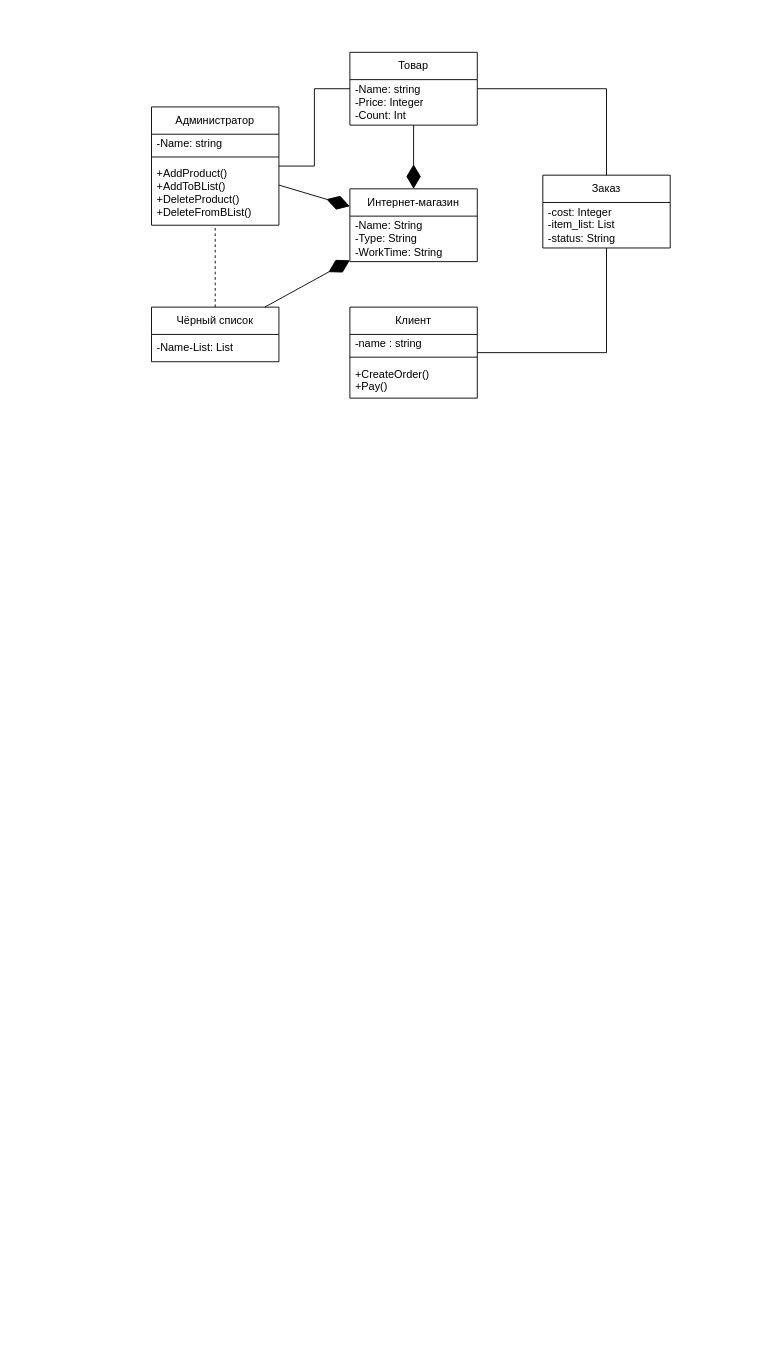
Before: Диаграмма без названия.drawio in Svendell/COURSE_2, a draw.io diagram. Source tidied: cells renumbered, new cells numbered last; positions are measured from the earlier drawing's top-left corner, leaving out a move shared by most shapes. Both pictures are drawn from the tidied source at 91%, with x=0, y=0 at pixel (151, 52).
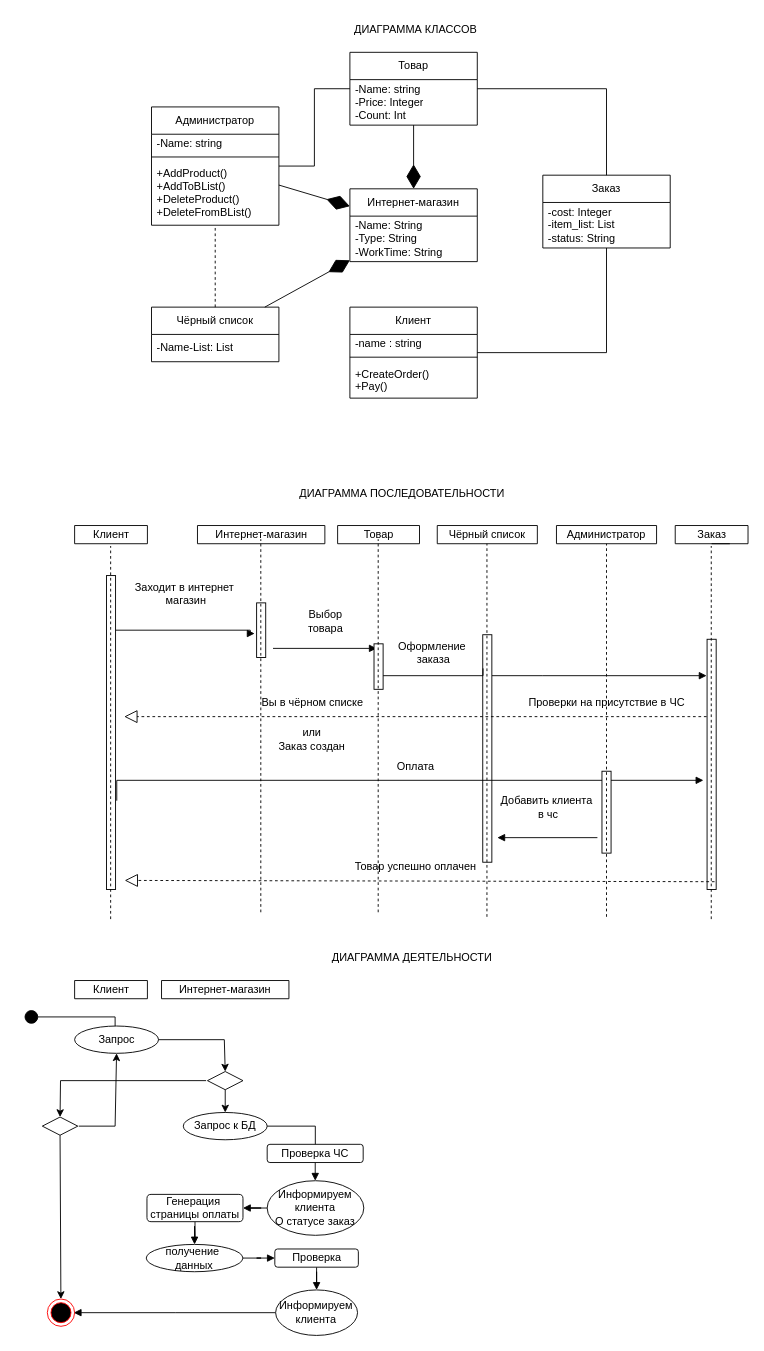
Above is the later version.

What changed in the source:
```diff
@@
+    <mxCell id="25" value="Интернет-магазин" style="swimlane;fontStyle=0;horizontal=1;startSize=30;whiteSpace=wrap;html=1;" parent="1" vertex="1">
+      <mxGeometry x="50.5" y="520" width="140" height="20" as="geometry" />
+    </mxCell>
+    <mxCell id="26" value="Заказ" style="swimlane;fontStyle=0;horizontal=1;startSize=30;whiteSpace=wrap;html=1;" parent="1" vertex="1">
+      <mxGeometry x="575.5" y="520" width="80" height="20" as="geometry" />
+    </mxCell>
+    <mxCell id="27" value="Товар" style="swimlane;fontStyle=0;horizontal=1;startSize=30;whiteSpace=wrap;html=1;" parent="1" vertex="1">
+      <mxGeometry x="204.5" y="520" width="90" height="20" as="geometry" />
+    </mxCell>
+    <mxCell id="28" value="Клиент" style="swimlane;fontStyle=0;horizontal=1;startSize=30;whiteSpace=wrap;html=1;" parent="1" vertex="1">
+      <mxGeometry x="-84.5" y="520" width="80" height="20" as="geometry" />
+    </mxCell>
+    <mxCell id="29" value="Чёрный список" style="swimlane;fontStyle=0;horizontal=1;startSize=30;whiteSpace=wrap;html=1;" parent="1" vertex="1">
+      <mxGeometry x="314" y="520" width="110" height="20" as="geometry" />
+    </mxCell>
+    <mxCell id="30" value="Администратор" style="swimlane;fontStyle=0;horizontal=1;startSize=30;whiteSpace=wrap;html=1;" parent="1" vertex="1">
+      <mxGeometry x="445" y="520" width="110" height="20" as="geometry" />
+    </mxCell>
+    <mxCell id="31" style="html=1;points=[];perimeter=orthogonalPerimeter;" parent="1" vertex="1">
+      <mxGeometry x="-49.5" y="575" width="10" height="345" as="geometry" />
+    </mxCell>
+    <mxCell id="32" style="endArrow=block;endFill=1;html=1;edgeStyle=orthogonalEdgeStyle;align=left;verticalAlign=top;rounded=0;entryX=-0.217;entryY=0.562;entryDx=0;entryDy=0;entryPerimeter=0;" parent="1" edge="1" target="33">
+      <mxGeometry x="-0.62" y="-10" relative="1" as="geometry">
+        <mxPoint x="-39.5" y="635" as="sourcePoint" />
+        <Array as="points">
+          <mxPoint x="108.5" y="635" />
+        </Array>
+      </mxGeometry>
+    </mxCell>
+    <mxCell id="33" style="html=1;points=[];perimeter=orthogonalPerimeter;" parent="1" vertex="1">
+      <mxGeometry x="115.5" y="605" width="10" height="60" as="geometry" />
+    </mxCell>
+    <mxCell id="34" value="Заходит в интернет&lt;br&gt;&amp;nbsp;магазин&lt;br&gt;" style="text;html=1;align=center;verticalAlign=middle;strokeColor=none;fillColor=none;" parent="1" vertex="1">
+      <mxGeometry x="-29.5" y="575" width="130" height="40" as="geometry" />
+    </mxCell>
+    <mxCell id="35" style="endArrow=block;endFill=1;html=1;edgeStyle=orthogonalEdgeStyle;align=left;verticalAlign=top;rounded=0;" parent="1" edge="1">
+      <mxGeometry x="-1" relative="1" as="geometry">
+        <mxPoint x="133.5" y="655" as="sourcePoint" />
+        <mxPoint x="247.5" y="655" as="targetPoint" />
+      </mxGeometry>
+    </mxCell>
+    <mxCell id="36" style="html=1;perimeter=orthogonalPerimeter;" parent="1" vertex="1">
+      <mxGeometry x="244.5" y="650" width="10" height="50" as="geometry" />
+    </mxCell>
+    <mxCell id="37" value="Оформление&lt;br&gt;&amp;nbsp;заказа" style="text;html=1;align=center;verticalAlign=middle;strokeColor=none;fillColor=none;" parent="1" vertex="1">
+      <mxGeometry x="258" y="640" width="100" height="40" as="geometry" />
+    </mxCell>
+    <mxCell id="38" style="endArrow=block;endFill=1;html=1;edgeStyle=orthogonalEdgeStyle;align=left;verticalAlign=top;rounded=0;startArrow=none;" parent="1" edge="1" source="42">
+      <mxGeometry x="-1" relative="1" as="geometry">
+        <mxPoint x="610" y="685" as="targetPoint" />
+        <Array as="points">
+          <mxPoint x="430" y="685" />
+          <mxPoint x="430" y="685" />
+        </Array>
+      </mxGeometry>
+    </mxCell>
+    <mxCell id="39" style="html=1;perimeter=orthogonalPerimeter;" parent="1" vertex="1">
+      <mxGeometry x="610.5" y="645" width="10" height="275" as="geometry" />
+    </mxCell>
+    <mxCell id="40" value="Выбор &lt;br&gt;товара" style="text;html=1;align=center;verticalAlign=middle;strokeColor=none;fillColor=none;" parent="1" vertex="1">
+      <mxGeometry x="160.5" y="605" width="60" height="40" as="geometry" />
+    </mxCell>
+    <mxCell id="41" style="edgeStyle=orthogonalEdgeStyle;rounded=0;orthogonalLoop=1;jettySize=auto;html=1;exitX=0.75;exitY=1;exitDx=0;exitDy=0;entryX=0.5;entryY=1;entryDx=0;entryDy=0;endArrow=none;endFill=0;" parent="1" edge="1" source="26" target="26">
+      <mxGeometry relative="1" as="geometry" />
+    </mxCell>
+    <mxCell id="42" style="html=1;points=[];perimeter=orthogonalPerimeter;" parent="1" vertex="1">
+      <mxGeometry x="364" y="640" width="10" height="250" as="geometry" />
+    </mxCell>
+    <mxCell id="43" style="endArrow=none;endFill=1;html=1;edgeStyle=orthogonalEdgeStyle;align=left;verticalAlign=top;rounded=0;entryX=0.033;entryY=0.148;entryDx=0;entryDy=0;entryPerimeter=0;" parent="1" edge="1" target="42">
+      <mxGeometry x="-1" relative="1" as="geometry">
+        <mxPoint x="254.5" y="685" as="sourcePoint" />
+        <Array as="points">
+          <mxPoint x="364" y="685" />
+        </Array>
+      </mxGeometry>
+    </mxCell>
+    <mxCell id="44" style="endArrow=block;endFill=1;html=1;edgeStyle=orthogonalEdgeStyle;align=left;verticalAlign=top;rounded=0;startArrow=none;exitX=1.133;exitY=0.717;exitDx=0;exitDy=0;exitPerimeter=0;" parent="1" edge="1" source="31">
+      <mxGeometry x="-1" relative="1" as="geometry">
+        <mxPoint x="606.5" y="800" as="targetPoint" />
+        <Array as="points">
+          <mxPoint x="-38" y="800" />
+        </Array>
+      </mxGeometry>
+    </mxCell>
+    <mxCell id="45" style="endArrow=block;dashed=1;endFill=0;endSize=12;html=1;rounded=0;" parent="1" edge="1">
+      <mxGeometry relative="1" as="geometry">
+        <mxPoint x="610" y="730" as="sourcePoint" />
+        <mxPoint x="-30" y="730" as="targetPoint" />
+      </mxGeometry>
+    </mxCell>
+    <mxCell id="46" value="&amp;nbsp;Вы в чёрном списке" style="text;html=1;align=center;verticalAlign=middle;strokeColor=none;fillColor=none;" parent="1" vertex="1">
+      <mxGeometry x="104.5" y="700" width="140" height="30" as="geometry" />
+    </mxCell>
+    <mxCell id="47" value="Проверки на присутствие в ЧС&lt;br&gt;" style="text;html=1;align=center;verticalAlign=middle;strokeColor=none;fillColor=none;" parent="1" vertex="1">
+      <mxGeometry x="400" y="700" width="200" height="30" as="geometry" />
+    </mxCell>
+    <mxCell id="48" value="или&lt;br&gt;Заказ создан" style="text;html=1;align=center;verticalAlign=middle;strokeColor=none;fillColor=none;" parent="1" vertex="1">
+      <mxGeometry x="125.5" y="735" width="100" height="40" as="geometry" />
+    </mxCell>
+    <mxCell id="49" value="Оплата" style="text;html=1;align=center;verticalAlign=middle;strokeColor=none;fillColor=none;" parent="1" vertex="1">
+      <mxGeometry x="260" y="770" width="60" height="30" as="geometry" />
+    </mxCell>
+    <mxCell id="50" style="html=1;perimeter=orthogonalPerimeter;" parent="1" vertex="1">
+      <mxGeometry x="495" y="790" width="10" height="90" as="geometry" />
+    </mxCell>
+    <mxCell id="51" value="Добавить клиента&lt;br&gt;&amp;nbsp;в чс" style="text;html=1;align=center;verticalAlign=middle;strokeColor=none;fillColor=none;" parent="1" vertex="1">
+      <mxGeometry x="374" y="810" width="120" height="40" as="geometry" />
+    </mxCell>
+    <mxCell id="52" style="html=1;verticalAlign=bottom;endArrow=block;rounded=0;" parent="1" edge="1">
+      <mxGeometry relative="1" as="geometry">
+        <mxPoint x="490" y="863" as="sourcePoint" />
+        <mxPoint x="380" y="863" as="targetPoint" />
+      </mxGeometry>
+    </mxCell>
+    <mxCell id="53" style="endArrow=block;dashed=1;endFill=0;endSize=12;html=1;rounded=0;entryX=1.133;entryY=0.48;entryDx=0;entryDy=0;entryPerimeter=0;" parent="1" edge="1">
+      <mxGeometry relative="1" as="geometry">
+        <mxPoint x="618.7" y="911.4" as="sourcePoint" />
+        <mxPoint x="-29.5" y="910" as="targetPoint" />
+      </mxGeometry>
+    </mxCell>
+    <mxCell id="54" value="Товар успешно оплачен" style="text;html=1;align=center;verticalAlign=middle;strokeColor=none;fillColor=none;" parent="1" vertex="1">
+      <mxGeometry x="210" y="880" width="160" height="30" as="geometry" />
+    </mxCell>
+    <mxCell id="55" style="endArrow=none;dashed=1;html=1;rounded=0;" parent="1" edge="1" target="30">
+      <mxGeometry relative="1" as="geometry">
+        <mxPoint x="500" y="950" as="sourcePoint" />
+      </mxGeometry>
+    </mxCell>
+    <mxCell id="56" style="endArrow=none;dashed=1;html=1;rounded=0;" parent="1" edge="1">
+      <mxGeometry relative="1" as="geometry">
+        <mxPoint x="615.1" y="952.5" as="sourcePoint" />
+        <mxPoint x="615.1" y="542.5" as="targetPoint" />
+      </mxGeometry>
+    </mxCell>
+    <mxCell id="57" style="endArrow=none;dashed=1;html=1;rounded=0;" parent="1" edge="1">
+      <mxGeometry relative="1" as="geometry">
+        <mxPoint x="368.6" y="950" as="sourcePoint" />
+        <mxPoint x="368.6" y="540" as="targetPoint" />
+      </mxGeometry>
+    </mxCell>
+    <mxCell id="58" style="endArrow=none;dashed=1;html=1;rounded=0;" parent="1" edge="1">
+      <mxGeometry relative="1" as="geometry">
+        <mxPoint x="249.1" y="945" as="sourcePoint" />
+        <mxPoint x="249.1" y="535" as="targetPoint" />
+      </mxGeometry>
+    </mxCell>
+    <mxCell id="59" style="endArrow=none;dashed=1;html=1;rounded=0;" parent="1" edge="1">
+      <mxGeometry relative="1" as="geometry">
+        <mxPoint x="120.1" y="945" as="sourcePoint" />
+        <mxPoint x="120.1" y="535" as="targetPoint" />
+      </mxGeometry>
+    </mxCell>
+    <mxCell id="60" style="endArrow=none;dashed=1;html=1;rounded=0;" parent="1" edge="1">
+      <mxGeometry relative="1" as="geometry">
+        <mxPoint x="-44.9" y="952.5" as="sourcePoint" />
+        <mxPoint x="-44.9" y="542.5" as="targetPoint" />
+      </mxGeometry>
+    </mxCell>
+    <mxCell id="61" value="ДИАГРАММА ПОСЛЕДОВАТЕЛЬНОСТИ" style="text;html=1;align=center;verticalAlign=middle;strokeColor=none;fillColor=none;" parent="1" vertex="1">
+      <mxGeometry x="150" y="470" width="250" height="30" as="geometry" />
+    </mxCell>
+    <mxCell id="62" value="ДИАГРАММА КЛАССОВ" style="text;html=1;align=center;verticalAlign=middle;strokeColor=none;fillColor=none;" parent="1" vertex="1">
+      <mxGeometry x="210" y="-40" width="160" height="30" as="geometry" />
+    </mxCell>
+    <mxCell id="63" value="ДИАГРАММА ДЕЯТЕЛЬНОСТИ" style="text;html=1;align=center;verticalAlign=middle;strokeColor=none;fillColor=none;" parent="1" vertex="1">
+      <mxGeometry x="185.5" y="980" width="200" height="30" as="geometry" />
+    </mxCell>
+    <mxCell id="64" value="Клиент" style="swimlane;fontStyle=0;horizontal=1;startSize=30;whiteSpace=wrap;html=1;" parent="1" vertex="1">
+      <mxGeometry x="-84.5" y="1020" width="80" height="20" as="geometry" />
+    </mxCell>
+    <mxCell id="65" style="html=1;verticalAlign=bottom;startArrow=circle;startFill=1;endArrow=open;startSize=6;endSize=8;rounded=0;" parent="1" edge="1">
+      <mxGeometry relative="1" as="geometry">
+        <mxPoint x="-140" y="1060" as="sourcePoint" />
+        <mxPoint x="-40" y="1100" as="targetPoint" />
+        <Array as="points">
+          <mxPoint x="-40" y="1060" />
+        </Array>
+      </mxGeometry>
+    </mxCell>
+    <mxCell id="66" value="Интернет-магазин" style="swimlane;fontStyle=0;horizontal=1;startSize=30;whiteSpace=wrap;html=1;" parent="1" vertex="1">
+      <mxGeometry x="11" y="1020" width="140" height="20" as="geometry" />
+    </mxCell>
+    <mxCell id="67" value="Запрос" style="ellipse;whiteSpace=wrap;html=1;" parent="1" vertex="1">
+      <mxGeometry x="-84.5" y="1070" width="92.2" height="30" as="geometry" />
+    </mxCell>
+    <mxCell id="68" style="rhombus;whiteSpace=wrap;html=1;" parent="1" vertex="1">
+      <mxGeometry x="61.5" y="1120" width="39" height="20" as="geometry" />
+    </mxCell>
+    <mxCell id="69" style="endArrow=classic;html=1;rounded=0;exitX=1;exitY=0.5;exitDx=0;exitDy=0;entryX=0.5;entryY=0;entryDx=0;entryDy=0;" parent="1" edge="1" source="67" target="68">
+      <mxGeometry relative="1" as="geometry">
+        <Array as="points">
+          <mxPoint x="80" y="1085" />
+        </Array>
+      </mxGeometry>
+    </mxCell>
+    <mxCell id="70" style="rhombus;whiteSpace=wrap;html=1;" parent="1" vertex="1">
+      <mxGeometry x="-120" y="1170" width="39" height="20" as="geometry" />
+    </mxCell>
+    <mxCell id="71" value="Запрос к БД" style="ellipse;whiteSpace=wrap;html=1;" parent="1" vertex="1">
+      <mxGeometry x="34.9" y="1165" width="92.2" height="30" as="geometry" />
+    </mxCell>
+    <mxCell id="72" style="endArrow=classic;html=1;rounded=0;entryX=0.5;entryY=0;entryDx=0;entryDy=0;" parent="1" edge="1" target="70">
+      <mxGeometry relative="1" as="geometry">
+        <mxPoint x="60" y="1130" as="sourcePoint" />
+        <Array as="points">
+          <mxPoint x="-100" y="1130" />
+        </Array>
+      </mxGeometry>
+    </mxCell>
+    <mxCell id="73" style="endArrow=classic;html=1;rounded=0;entryX=0.5;entryY=1;entryDx=0;entryDy=0;" parent="1" edge="1" target="67">
+      <mxGeometry relative="1" as="geometry">
+        <mxPoint x="-80" y="1180" as="sourcePoint" />
+        <Array as="points">
+          <mxPoint x="-40" y="1180" />
+        </Array>
+      </mxGeometry>
+    </mxCell>
+    <mxCell id="74" style="endArrow=classic;html=1;rounded=0;exitX=0.5;exitY=1;exitDx=0;exitDy=0;" parent="1" edge="1" source="70" target="89">
+      <mxGeometry relative="1" as="geometry" />
+    </mxCell>
+    <mxCell id="75" style="endArrow=classic;html=1;rounded=0;exitX=0.5;exitY=1;exitDx=0;exitDy=0;" parent="1" edge="1" source="68" target="71">
+      <mxGeometry relative="1" as="geometry" />
+    </mxCell>
+    <mxCell id="76" style="endArrow=classic;html=1;rounded=0;" parent="1" edge="1" source="71">
+      <mxGeometry relative="1" as="geometry">
+        <mxPoint x="180" y="1220" as="targetPoint" />
+        <Array as="points">
+          <mxPoint x="180" y="1180" />
+        </Array>
+      </mxGeometry>
+    </mxCell>
+    <mxCell id="77" style="edgeStyle=orthogonalEdgeStyle;rounded=0;jettySize=auto;html=1;endArrow=block;endFill=1;" parent="1" edge="1" source="78" target="80">
+      <mxGeometry relative="1" as="geometry" />
+    </mxCell>
+    <mxCell id="78" value="Проверка ЧС" style="rounded=1;whiteSpace=wrap;html=1;" parent="1" vertex="1">
+      <mxGeometry x="127.1" y="1200" width="105.5" height="20" as="geometry" />
+    </mxCell>
+    <mxCell id="79" style="edgeStyle=orthogonalEdgeStyle;rounded=0;jettySize=auto;html=1;endArrow=block;endFill=1;" parent="1" edge="1" source="80" target="82">
+      <mxGeometry relative="1" as="geometry" />
+    </mxCell>
+    <mxCell id="80" value="Информируем клиента&lt;br&gt;О статусе заказ" style="ellipse;whiteSpace=wrap;html=1;" parent="1" vertex="1">
+      <mxGeometry x="127.1" y="1240" width="106.2" height="60" as="geometry" />
+    </mxCell>
+    <mxCell id="81" style="edgeStyle=orthogonalEdgeStyle;rounded=0;jettySize=auto;html=1;endArrow=block;endFill=1;" parent="1" edge="1" source="82" target="84">
+      <mxGeometry relative="1" as="geometry" />
+    </mxCell>
+    <mxCell id="82" value="Генерация&amp;nbsp;&lt;br&gt;страницы оплаты" style="rounded=1;whiteSpace=wrap;html=1;" parent="1" vertex="1">
+      <mxGeometry x="-5" y="1255" width="105.5" height="30" as="geometry" />
+    </mxCell>
+    <mxCell id="83" style="edgeStyle=orthogonalEdgeStyle;rounded=0;jettySize=auto;html=1;endArrow=block;endFill=1;" parent="1" edge="1" source="84" target="86">
+      <mxGeometry relative="1" as="geometry" />
+    </mxCell>
+    <mxCell id="84" value="получение&amp;nbsp;&lt;br&gt;данных" style="ellipse;whiteSpace=wrap;html=1;" parent="1" vertex="1">
+      <mxGeometry x="-5.8" y="1310" width="106.2" height="30" as="geometry" />
+    </mxCell>
+    <mxCell id="85" style="edgeStyle=orthogonalEdgeStyle;rounded=0;jettySize=auto;html=1;endArrow=block;endFill=1;" parent="1" edge="1" source="86" target="88">
+      <mxGeometry relative="1" as="geometry" />
+    </mxCell>
+    <mxCell id="86" value="Проверка" style="rounded=1;whiteSpace=wrap;html=1;" parent="1" vertex="1">
+      <mxGeometry x="135.5" y="1315" width="91.8" height="20" as="geometry" />
+    </mxCell>
+    <mxCell id="87" style="edgeStyle=orthogonalEdgeStyle;rounded=0;jettySize=auto;html=1;endArrow=block;endFill=1;" parent="1" edge="1" source="88">
+      <mxGeometry relative="1" as="geometry">
+        <mxPoint x="-85.5" y="1385" as="targetPoint" />
+      </mxGeometry>
+    </mxCell>
+    <mxCell id="88" value="Информируем клиента" style="ellipse;whiteSpace=wrap;html=1;" parent="1" vertex="1">
+      <mxGeometry x="136.4" y="1360" width="90" height="50" as="geometry" />
+    </mxCell>
+    <mxCell id="89" style="ellipse;html=1;shape=endState;fillColor=#000000;strokeColor=#ff0000;" parent="1" vertex="1">
+      <mxGeometry x="-114.5" y="1370" width="30" height="30" as="geometry" />
+    </mxCell>
```
